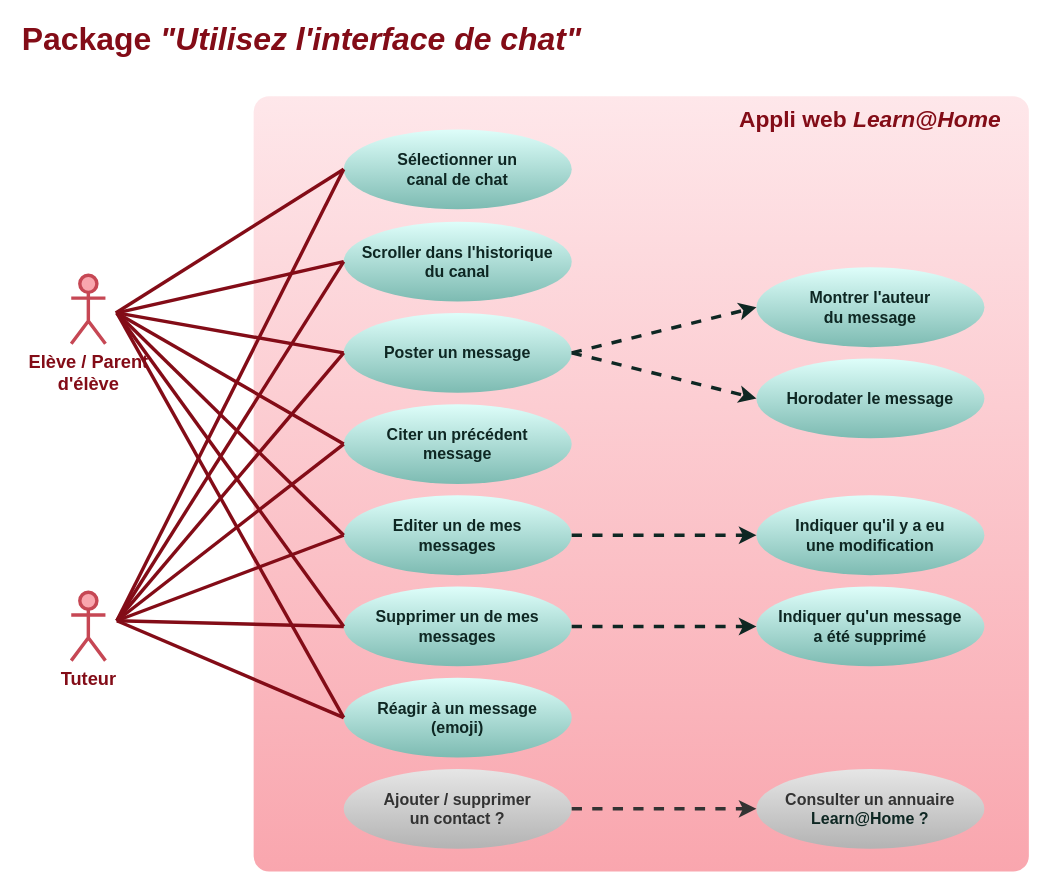
Before: doc/use-cases-chat.drawio in logic-fabric/LoicMangin_10_01052021, a draw.io diagram. Source tidied: cells renumbered, new cells numbered last; positions are measured from the earlier drawing's top-left corner, leaving out a move shared by most shapes. Both pictures are drawn from the tidied source at 114%, with x=0, y=0 at pixel (19, 27).
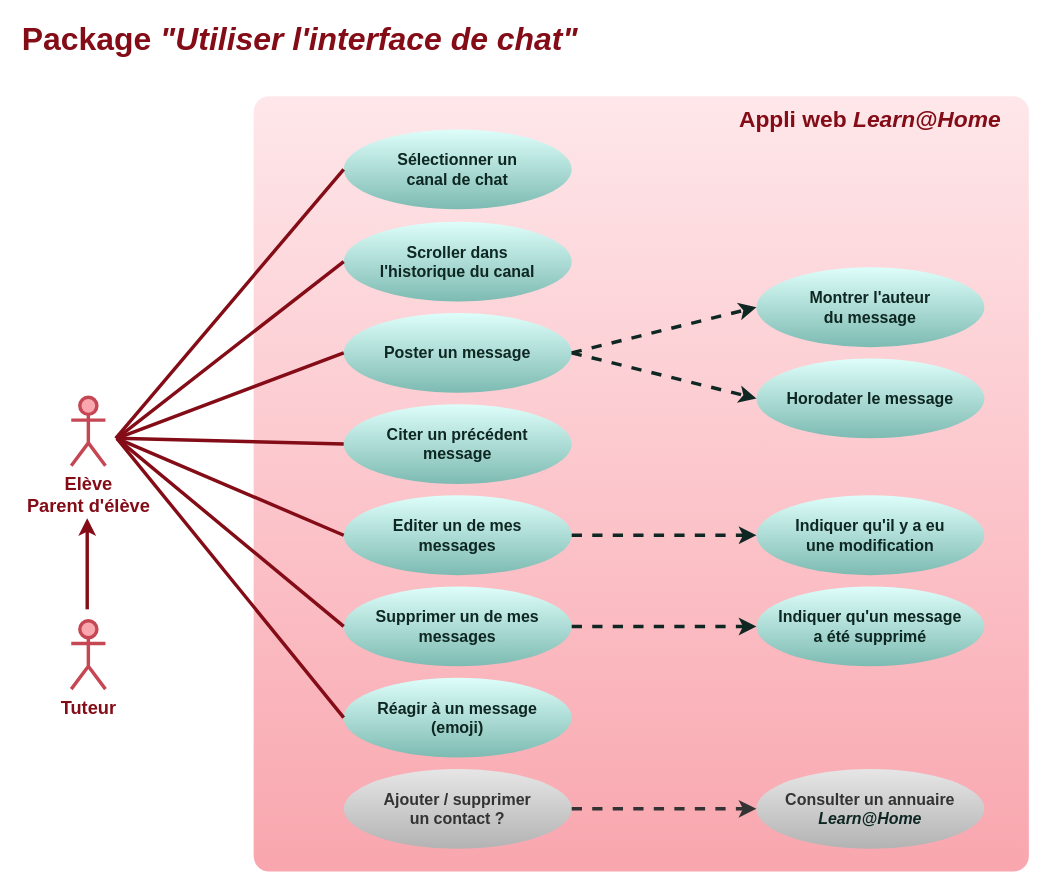
The same page after the edit.

Commit message (it also covers changes not shown here):
doc: simplify use-case-chat diagram

Unchanged cells that the change refers to:
```xml
<mxCell id="10" value="&lt;font style=&quot;font-size: 14px&quot;&gt;&lt;b&gt;Sélectionner un &lt;br&gt;canal de chat&lt;br&gt;&lt;/b&gt;&lt;/font&gt;" style="ellipse;whiteSpace=wrap;html=1;rounded=1;strokeWidth=3;fontColor=#0e2723;strokeColor=none;fillColor=#defefa;gradientColor=#7dbbb2;" parent="1" vertex="1">
  <mxGeometry x="284" y="89" width="200" height="70" as="geometry" />
</mxCell>
<mxCell id="13" value="&lt;font style=&quot;font-size: 14px&quot;&gt;&lt;b&gt;Poster un message&lt;br&gt;&lt;/b&gt;&lt;/font&gt;" style="ellipse;whiteSpace=wrap;html=1;rounded=1;strokeWidth=3;fontColor=#0e2723;strokeColor=none;fillColor=#defefa;gradientColor=#7dbbb2;" parent="1" vertex="1">
  <mxGeometry x="284" y="250" width="200" height="70" as="geometry" />
</mxCell>
<mxCell id="14" value="&lt;font style=&quot;font-size: 14px&quot;&gt;&lt;b&gt;Editer un de mes &lt;br&gt;messages&lt;br&gt;&lt;/b&gt;&lt;/font&gt;" style="ellipse;whiteSpace=wrap;html=1;rounded=1;strokeWidth=3;fontColor=#0e2723;strokeColor=none;fillColor=#defefa;gradientColor=#7dbbb2;" parent="1" vertex="1">
  <mxGeometry x="284" y="410" width="200" height="70" as="geometry" />
</mxCell>
<mxCell id="15" value="&lt;font style=&quot;font-size: 14px&quot;&gt;&lt;b&gt;Réagir à un message&lt;br&gt;(emoji)&lt;br&gt;&lt;/b&gt;&lt;/font&gt;" style="ellipse;whiteSpace=wrap;html=1;rounded=1;strokeWidth=3;fontColor=#0e2723;strokeColor=none;fillColor=#defefa;gradientColor=#7dbbb2;" parent="1" vertex="1">
  <mxGeometry x="284" y="570" width="200" height="70" as="geometry" />
</mxCell>
<mxCell id="16" value="&lt;font style=&quot;font-size: 14px&quot;&gt;&lt;b&gt;Citer un précédent&lt;br&gt;message&lt;br&gt;&lt;/b&gt;&lt;/font&gt;" style="ellipse;whiteSpace=wrap;html=1;rounded=1;strokeWidth=3;fontColor=#0e2723;strokeColor=none;fillColor=#defefa;gradientColor=#7dbbb2;" parent="1" vertex="1">
  <mxGeometry x="284" y="330" width="200" height="70" as="geometry" />
</mxCell>
<mxCell id="17" value="&lt;font style=&quot;font-size: 14px&quot;&gt;&lt;b&gt;Supprimer un de mes &lt;br&gt;messages&lt;br&gt;&lt;/b&gt;&lt;/font&gt;" style="ellipse;whiteSpace=wrap;html=1;rounded=1;strokeWidth=3;fontColor=#0e2723;strokeColor=none;fillColor=#defefa;gradientColor=#7dbbb2;" parent="1" vertex="1">
  <mxGeometry x="284" y="490" width="200" height="70" as="geometry" />
</mxCell>
```

Diff of the diagram source:
```diff
@@
-    <mxCell id="2" value="&lt;font style=&quot;font-size: 16px&quot;&gt;Elève / Parent &lt;br&gt;d'élève&lt;/font&gt;" style="shape=umlActor;verticalLabelPosition=bottom;verticalAlign=top;html=1;strokeWidth=3;strokeColor=#C64754;fillColor=#f9a6ae;fontColor=#830C17;fontStyle=1;" parent="1" vertex="1">
-      <mxGeometry x="45" y="217" width="30" height="60" as="geometry" />
+    <mxCell id="2" value="&lt;font style=&quot;font-size: 16px&quot;&gt;Elève&lt;br&gt;Parent d'élève&lt;/font&gt;" style="shape=umlActor;verticalLabelPosition=bottom;verticalAlign=top;html=1;strokeWidth=3;strokeColor=#C64754;fillColor=#f9a6ae;fontColor=#830C17;fontStyle=1;" parent="1" vertex="1">
+      <mxGeometry x="45" y="324" width="30" height="60" as="geometry" />
     </mxCell>
-    <mxCell id="3" value="&lt;font size=&quot;1&quot; color=&quot;#830c17&quot;&gt;&lt;span style=&quot;font-size: 28px&quot;&gt;&lt;b&gt;Package &lt;/b&gt;&lt;i style=&quot;font-weight: bold&quot;&gt;&quot;Utilisez l'interface de chat&quot;&lt;/i&gt;&lt;/span&gt;&lt;/font&gt;" style="text;html=1;strokeColor=none;fillColor=none;align=left;verticalAlign=middle;whiteSpace=wrap;rounded=0;fontColor=#660000;" parent="1" vertex="1">
+    <mxCell id="3" value="&lt;font size=&quot;1&quot; color=&quot;#830c17&quot;&gt;&lt;span style=&quot;font-size: 28px&quot;&gt;&lt;b&gt;Package &lt;/b&gt;&lt;i style=&quot;font-weight: bold&quot;&gt;&quot;Utiliser l'interface de chat&quot;&lt;/i&gt;&lt;/span&gt;&lt;/font&gt;" style="text;html=1;strokeColor=none;fillColor=none;align=left;verticalAlign=middle;whiteSpace=wrap;rounded=0;fontColor=#660000;" parent="1" vertex="1">
       <mxGeometry width="502" height="20" as="geometry" />
     </mxCell>
@@
     <mxCell id="5" value="&lt;font style=&quot;font-size: 16px&quot;&gt;Tuteur&lt;br&gt;&lt;/font&gt;" style="shape=umlActor;verticalLabelPosition=bottom;verticalAlign=top;html=1;strokeWidth=3;strokeColor=#C64754;fillColor=#f9a6ae;fontColor=#830C17;fontStyle=1;" parent="1" vertex="1">
-      <mxGeometry x="45" y="495" width="30" height="60" as="geometry" />
+      <mxGeometry x="45" y="520" width="30" height="60" as="geometry" />
     </mxCell>
@@
-    <mxCell id="7" value="&lt;font style=&quot;font-size: 14px&quot;&gt;&lt;b&gt;&lt;font style=&quot;font-size: 14px&quot;&gt;Scroller dans l'historique&lt;br&gt;&lt;/font&gt;du canal&lt;br&gt;&lt;/b&gt;&lt;/font&gt;" style="ellipse;whiteSpace=wrap;html=1;rounded=1;strokeWidth=3;fontColor=#0e2723;strokeColor=none;fillColor=#defefa;gradientColor=#7dbbb2;" parent="1" vertex="1">
+    <mxCell id="7" value="&lt;font style=&quot;font-size: 14px&quot;&gt;&lt;b&gt;&lt;font style=&quot;font-size: 14px&quot;&gt;Scroller dans &lt;br&gt;l'historique&amp;nbsp;&lt;/font&gt;du canal&lt;br&gt;&lt;/b&gt;&lt;/font&gt;" style="ellipse;whiteSpace=wrap;html=1;rounded=1;strokeWidth=3;fontColor=#0e2723;strokeColor=none;fillColor=#defefa;gradientColor=#7dbbb2;" parent="1" vertex="1">
       <mxGeometry x="284" y="170" width="200" height="70" as="geometry" />
     </mxCell>
     <mxCell id="8" style="endArrow=none;html=1;fontColor=#0e2723;strokeWidth=3;strokeColor=#830C17;exitX=0;exitY=0.5;exitDx=0;exitDy=0;" parent="1" edge="1" source="7">
       <mxGeometry relative="1" as="geometry">
-        <mxPoint x="85" y="250" as="targetPoint" />
+        <mxPoint x="85" y="360" as="targetPoint" />
       </mxGeometry>
     </mxCell>
-    <mxCell id="9" style="endArrow=none;html=1;fontColor=#0e2723;strokeWidth=3;strokeColor=#830C17;exitX=0;exitY=0.5;exitDx=0;exitDy=0;" parent="1" edge="1" source="7">
-      <mxGeometry relative="1" as="geometry">
-        <mxPoint x="85" y="520" as="targetPoint" />
-      </mxGeometry>
-    </mxCell>
@@
     <mxCell id="11" style="endArrow=none;html=1;fontColor=#0e2723;strokeWidth=3;strokeColor=#830C17;exitX=0;exitY=0.5;exitDx=0;exitDy=0;" parent="1" edge="1" source="10">
       <mxGeometry relative="1" as="geometry">
-        <mxPoint x="84" y="250" as="targetPoint" />
+        <mxPoint x="84" y="360" as="targetPoint" />
       </mxGeometry>
     </mxCell>
-    <mxCell id="12" style="endArrow=none;html=1;fontColor=#0e2723;strokeWidth=3;strokeColor=#830C17;exitX=0;exitY=0.5;exitDx=0;exitDy=0;" parent="1" edge="1" source="10">
-      <mxGeometry relative="1" as="geometry">
-        <mxPoint x="85" y="520" as="targetPoint" />
-      </mxGeometry>
-    </mxCell>
@@
-    <mxCell id="23" value="&lt;font style=&quot;font-size: 14px&quot;&gt;&lt;b&gt;&lt;font color=&quot;#333333&quot;&gt;Consulter un annuaire&lt;br&gt;&lt;/font&gt;Learn@Home ?&lt;br&gt;&lt;/b&gt;&lt;/font&gt;" style="ellipse;whiteSpace=wrap;html=1;rounded=1;strokeWidth=3;fontColor=#0e2723;strokeColor=none;fillColor=#E6E6E6;gradientColor=#B3B3B3;" parent="1" vertex="1">
+    <mxCell id="23" value="&lt;font style=&quot;font-size: 14px&quot;&gt;&lt;b&gt;&lt;font color=&quot;#333333&quot;&gt;Consulter un annuaire&lt;br&gt;&lt;/font&gt;&lt;i&gt;Learn@Home&lt;/i&gt;&lt;br&gt;&lt;/b&gt;&lt;/font&gt;" style="ellipse;whiteSpace=wrap;html=1;rounded=1;strokeWidth=3;fontColor=#0e2723;strokeColor=none;fillColor=#E6E6E6;gradientColor=#B3B3B3;" parent="1" vertex="1">
       <mxGeometry x="646" y="650" width="200" height="70" as="geometry" />
     </mxCell>
@@
     <mxCell id="29" style="endArrow=none;html=1;fontColor=#0e2723;strokeWidth=3;strokeColor=#830C17;exitX=0;exitY=0.5;exitDx=0;exitDy=0;" parent="1" edge="1" source="16">
       <mxGeometry relative="1" as="geometry">
-        <mxPoint x="85" y="250" as="targetPoint" />
+        <mxPoint x="85" y="360" as="targetPoint" />
       </mxGeometry>
     </mxCell>
     <mxCell id="30" style="endArrow=none;html=1;fontColor=#0e2723;strokeWidth=3;strokeColor=#830C17;exitX=0;exitY=0.5;exitDx=0;exitDy=0;" parent="1" edge="1" source="14">
       <mxGeometry relative="1" as="geometry">
-        <mxPoint x="85" y="250" as="targetPoint" />
+        <mxPoint x="85" y="360" as="targetPoint" />
       </mxGeometry>
     </mxCell>
     <mxCell id="31" style="endArrow=none;html=1;fontColor=#0e2723;strokeWidth=3;strokeColor=#830C17;exitX=0;exitY=0.5;exitDx=0;exitDy=0;" parent="1" edge="1" source="17">
       <mxGeometry relative="1" as="geometry">
-        <mxPoint x="85" y="250" as="targetPoint" />
+        <mxPoint x="85" y="360" as="targetPoint" />
       </mxGeometry>
     </mxCell>
     <mxCell id="32" style="endArrow=none;html=1;fontColor=#0e2723;strokeWidth=3;strokeColor=#830C17;exitX=0;exitY=0.5;exitDx=0;exitDy=0;" parent="1" edge="1" source="15">
       <mxGeometry relative="1" as="geometry">
-        <mxPoint x="85" y="250" as="targetPoint" />
+        <mxPoint x="85" y="360" as="targetPoint" />
       </mxGeometry>
     </mxCell>
     <mxCell id="33" style="endArrow=none;html=1;fontColor=#0e2723;strokeWidth=3;strokeColor=#830C17;exitX=0;exitY=0.5;exitDx=0;exitDy=0;" parent="1" edge="1" source="13">
       <mxGeometry relative="1" as="geometry">
-        <mxPoint x="85" y="250" as="targetPoint" />
+        <mxPoint x="85" y="360" as="targetPoint" />
       </mxGeometry>
     </mxCell>
-    <mxCell id="34" style="endArrow=none;html=1;fontColor=#0e2723;strokeWidth=3;strokeColor=#830C17;exitX=0;exitY=0.5;exitDx=0;exitDy=0;" parent="1" edge="1" source="13">
-      <mxGeometry relative="1" as="geometry">
-        <mxPoint x="85" y="520" as="targetPoint" />
-      </mxGeometry>
-    </mxCell>
-    <mxCell id="35" style="endArrow=none;html=1;fontColor=#0e2723;strokeWidth=3;strokeColor=#830C17;exitX=0;exitY=0.5;exitDx=0;exitDy=0;" parent="1" edge="1" source="17">
-      <mxGeometry relative="1" as="geometry">
-        <mxPoint x="85" y="520" as="targetPoint" />
-      </mxGeometry>
-    </mxCell>
-    <mxCell id="36" style="endArrow=none;html=1;fontColor=#0e2723;strokeWidth=3;strokeColor=#830C17;exitX=0;exitY=0.5;exitDx=0;exitDy=0;" parent="1" edge="1" source="15">
-      <mxGeometry relative="1" as="geometry">
-        <mxPoint x="85" y="520" as="targetPoint" />
-      </mxGeometry>
-    </mxCell>
-    <mxCell id="37" style="endArrow=none;html=1;fontColor=#0e2723;strokeWidth=3;strokeColor=#830C17;exitX=0;exitY=0.5;exitDx=0;exitDy=0;" parent="1" edge="1" source="16">
-      <mxGeometry relative="1" as="geometry">
-        <mxPoint x="85" y="520" as="targetPoint" />
-      </mxGeometry>
-    </mxCell>
-    <mxCell id="38" style="endArrow=none;html=1;fontColor=#0e2723;strokeWidth=3;strokeColor=#830C17;exitX=0;exitY=0.5;exitDx=0;exitDy=0;" parent="1" edge="1" source="14">
-      <mxGeometry relative="1" as="geometry">
-        <mxPoint x="85" y="520" as="targetPoint" />
-      </mxGeometry>
-    </mxCell>
+    <mxCell id="39" style="endArrow=classic;html=1;fontColor=#0e2723;strokeWidth=3;strokeColor=#830C17;" parent="1" edge="1">
+      <mxGeometry relative="1" as="geometry">
+        <mxPoint x="59" y="510" as="sourcePoint" />
+        <mxPoint x="59" y="430" as="targetPoint" />
+      </mxGeometry>
+    </mxCell>
```
